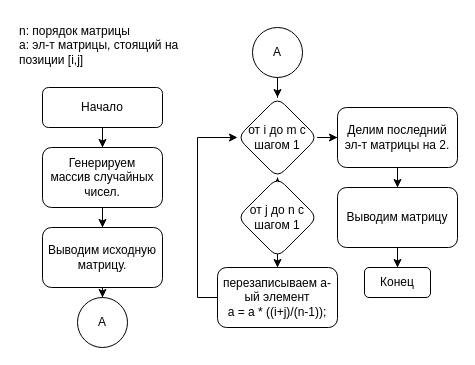
Earlier version of the draw.io diagram lab_3/task_2.drawio (async-master/nsm-avtf). Source tidied: cells renumbered, new cells numbered last; positions are measured from the earlier drawing's top-left corner, leaving out a move shared by most shapes. Both pictures are drawn from the tidied source at 100%, with x=0, y=0 at pixel (17, 17).
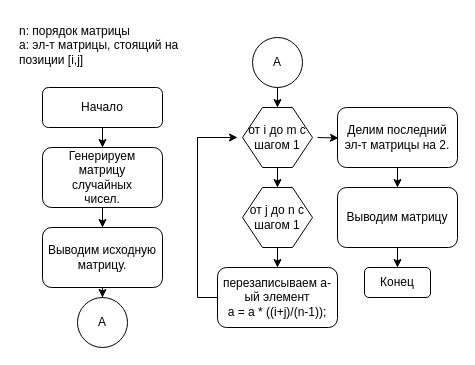
The same page after the edit.

Unchanged cells that the change refers to:
```xml
<mxCell id="14" value="&lt;div&gt;перезаписываем a-ый элемент&lt;/div&gt;&lt;div&gt;a = a * ((i+j)/(n-1));&lt;/div&gt;" style="whiteSpace=wrap;html=1;rounded=1;glass=0;strokeWidth=1;shadow=0;" parent="1" vertex="1">
  <mxGeometry x="200" y="250" width="120" height="60" as="geometry" />
</mxCell>
<mxCell id="21" value="Делим последний эл-т матрицы на 2." style="whiteSpace=wrap;html=1;rounded=1;glass=0;strokeWidth=1;shadow=0;" parent="1" vertex="1">
  <mxGeometry x="320" y="90" width="120" height="60" as="geometry" />
</mxCell>
```

Change to the diagram source:
```diff
@@
-    <mxCell id="5" value="&lt;div&gt;Генерируем&lt;/div&gt;&lt;div&gt;массив случайных&lt;/div&gt;&lt;div&gt;чисел.&lt;br&gt;&lt;/div&gt;" style="whiteSpace=wrap;html=1;rounded=1;glass=0;strokeWidth=1;shadow=0;" parent="1" vertex="1">
+    <mxCell id="5" value="&lt;div&gt;Генерируем&lt;/div&gt;матрицу&lt;div&gt;случайных&lt;/div&gt;&lt;div&gt;чисел.&lt;br&gt;&lt;/div&gt;" style="whiteSpace=wrap;html=1;rounded=1;glass=0;strokeWidth=1;shadow=0;" parent="1" vertex="1">
       <mxGeometry x="25" y="130" width="120" height="60" as="geometry" />
     </mxCell>
@@
-    <mxCell id="8" style="edgeStyle=orthogonalEdgeStyle;rounded=0;jettySize=auto;html=1;" parent="1" edge="1" source="10">
+    <mxCell id="8" style="edgeStyle=orthogonalEdgeStyle;rounded=0;orthogonalLoop=1;jettySize=auto;html=1;" parent="1" edge="1">
       <mxGeometry relative="1" as="geometry">
+        <mxPoint x="260" y="160" as="sourcePoint" />
         <mxPoint x="260" y="160" as="targetPoint" />
       </mxGeometry>
     </mxCell>
-    <mxCell id="9" style="edgeStyle=orthogonalEdgeStyle;rounded=0;jettySize=auto;html=1;" parent="1" edge="1" source="10" target="21">
-      <mxGeometry relative="1" as="geometry" />
+    <mxCell id="9" style="edgeStyle=orthogonalEdgeStyle;rounded=0;jettySize=auto;html=1;" parent="1" edge="1" target="21">
+      <mxGeometry relative="1" as="geometry">
+        <mxPoint x="300" y="120" as="sourcePoint" />
+      </mxGeometry>
     </mxCell>
-    <mxCell id="10" value="от i до m с шагом 1" style="rhombus;whiteSpace=wrap;html=1;rounded=1;glass=0;strokeWidth=1;shadow=0;" parent="1" vertex="1">
-      <mxGeometry x="220" y="80" width="80" height="80" as="geometry" />
-    </mxCell>
@@
-    <mxCell id="12" style="edgeStyle=orthogonalEdgeStyle;rounded=0;jettySize=auto;html=1;entryX=0.5;entryY=0;entryDx=0;entryDy=0;" parent="1" edge="1" source="13" target="14">
-      <mxGeometry relative="1" as="geometry" />
-    </mxCell>
-    <mxCell id="13" value="от j до n с шагом 1" style="rhombus;whiteSpace=wrap;html=1;rounded=1;glass=0;strokeWidth=1;shadow=0;" parent="1" vertex="1">
-      <mxGeometry x="220" y="160" width="80" height="80" as="geometry" />
-    </mxCell>
@@
-    <mxCell id="15" style="endArrow=classic;html=1;rounded=0;entryX=0;entryY=0.5;entryDx=0;entryDy=0;exitX=0;exitY=0.5;exitDx=0;exitDy=0;" parent="1" edge="1" source="14" target="10">
+    <mxCell id="15" style="endArrow=classic;html=1;rounded=0;entryX=0;entryY=0.5;entryDx=0;entryDy=0;exitX=0;exitY=0.5;exitDx=0;exitDy=0;" parent="1" edge="1" source="14">
       <mxGeometry relative="1" as="geometry">
+        <mxPoint x="220" y="120" as="targetPoint" />
         <Array as="points">
           <mxPoint x="180" y="280" />
           <mxPoint x="180" y="120" />
         </Array>
       </mxGeometry>
     </mxCell>
@@
-    <mxCell id="17" style="edgeStyle=orthogonalEdgeStyle;rounded=0;jettySize=auto;html=1;" parent="1" edge="1" source="18" target="10">
+    <mxCell id="17" style="edgeStyle=orthogonalEdgeStyle;rounded=0;jettySize=auto;html=1;entryX=0.5;entryY=0;entryDx=0;entryDy=0;" parent="1" edge="1" source="18" target="10">
       <mxGeometry relative="1" as="geometry" />
     </mxCell>
     <mxCell id="18" value="A" style="ellipse;whiteSpace=wrap;html=1;rounded=1;glass=0;strokeWidth=1;shadow=0;" parent="1" vertex="1">
-      <mxGeometry x="235" y="10" width="50" height="50" as="geometry" />
+      <mxGeometry x="235" y="20" width="50" height="50" as="geometry" />
     </mxCell>
@@
+    <mxCell id="24" style="edgeStyle=orthogonalEdgeStyle;rounded=0;jettySize=auto;html=1;" parent="1" edge="1" source="10" target="13">
+      <mxGeometry relative="1" as="geometry" />
+    </mxCell>
+    <mxCell id="10" value="от i до m с шагом 1" style="shape=hexagon;perimeter=hexagonPerimeter2;whiteSpace=wrap;html=1;fixedSize=1;" parent="1" vertex="1">
+      <mxGeometry x="225" y="90" width="70" height="60" as="geometry" />
+    </mxCell>
+    <mxCell id="12" style="edgeStyle=orthogonalEdgeStyle;rounded=0;jettySize=auto;html=1;" parent="1" edge="1" source="13" target="14">
+      <mxGeometry relative="1" as="geometry" />
+    </mxCell>
+    <mxCell id="13" value="от j до n с шагом 1" style="shape=hexagon;perimeter=hexagonPerimeter2;whiteSpace=wrap;html=1;fixedSize=1;" parent="1" vertex="1">
+      <mxGeometry x="225" y="170" width="70" height="60" as="geometry" />
+    </mxCell>
```
